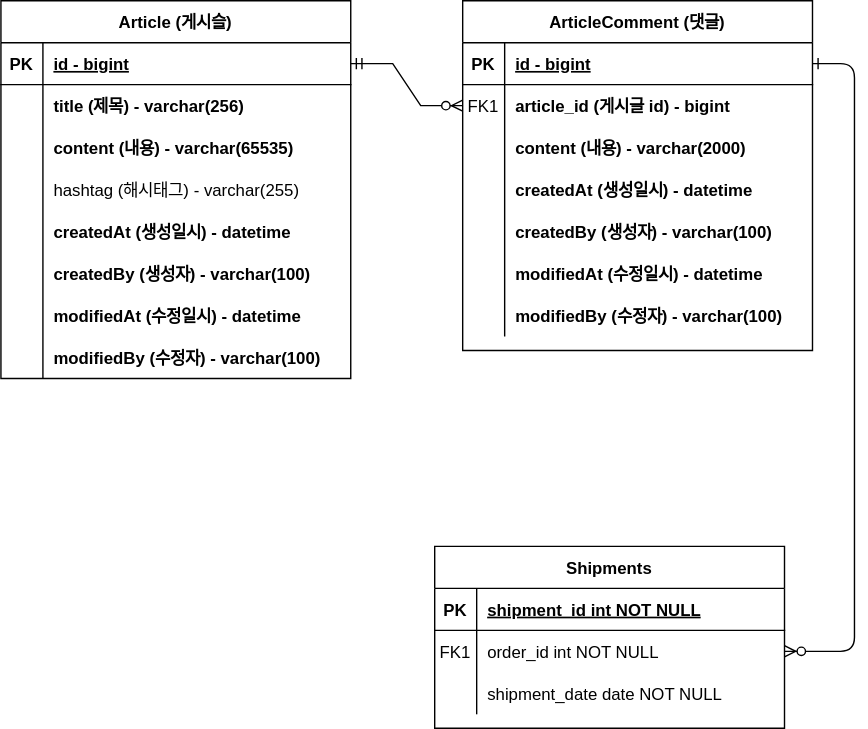
This is document/borad-project-erd.svg from juhwan-Ki/board-project, a draw.io export, as it was before one commit. Source tidied: cells renumbered, new cells last; positions are measured from the earlier drawing's top-left corner, leaving out a move shared by most shapes.
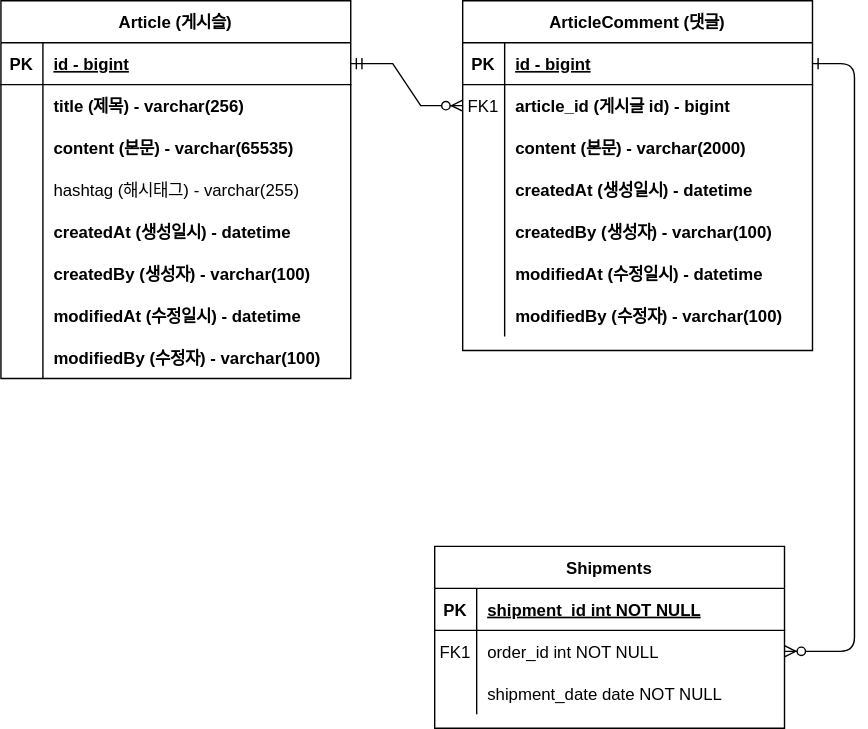
Later version of the same file.

Commit message:
#8 - ERD 주석 업데이트 borad-project-erd.svg

The edit, as a diff of the source:
```diff
@@ -32,7 +32,7 @@
     <mxCell id="11" style="shape=partialRectangle;overflow=hidden;fillColor=none;top=0;left=0;bottom=0;right=0;" parent="10" vertex="1">
       <mxGeometry width="30" height="30" as="geometry" />
     </mxCell>
-    <mxCell id="12" value="content (내용) - varchar(2000)" style="shape=partialRectangle;overflow=hidden;fillColor=none;top=0;left=0;bottom=0;right=0;align=left;spacingLeft=6;fontStyle=1;" parent="10" vertex="1">
+    <mxCell id="12" value="content (본문) - varchar(2000)" style="shape=partialRectangle;overflow=hidden;fillColor=none;top=0;left=0;bottom=0;right=0;align=left;spacingLeft=6;fontStyle=1;" parent="10" vertex="1">
       <mxGeometry x="30" width="220" height="30" as="geometry" />
     </mxCell>
     <mxCell id="13" style="shape=partialRectangle;fillColor=none;top=0;left=0;right=0;bottom=0;" parent="3" vertex="1">
@@ -128,7 +128,7 @@
     <mxCell id="43" style="shape=partialRectangle;overflow=hidden;fillColor=none;top=0;left=0;bottom=0;right=0;" parent="42" vertex="1">
       <mxGeometry width="30" height="30" as="geometry" />
     </mxCell>
-    <mxCell id="44" value="content (내용) - varchar(65535)" style="shape=partialRectangle;overflow=hidden;fillColor=none;top=0;left=0;bottom=0;right=0;align=left;spacingLeft=6;fontStyle=1;" parent="42" vertex="1">
+    <mxCell id="44" value="content (본문) - varchar(65535)" style="shape=partialRectangle;overflow=hidden;fillColor=none;top=0;left=0;bottom=0;right=0;align=left;spacingLeft=6;fontStyle=1;" parent="42" vertex="1">
       <mxGeometry x="30" width="220" height="30" as="geometry" />
     </mxCell>
     <mxCell id="45" style="shape=partialRectangle;fillColor=none;top=0;left=0;right=0;bottom=0;" parent="35" vertex="1">
```
